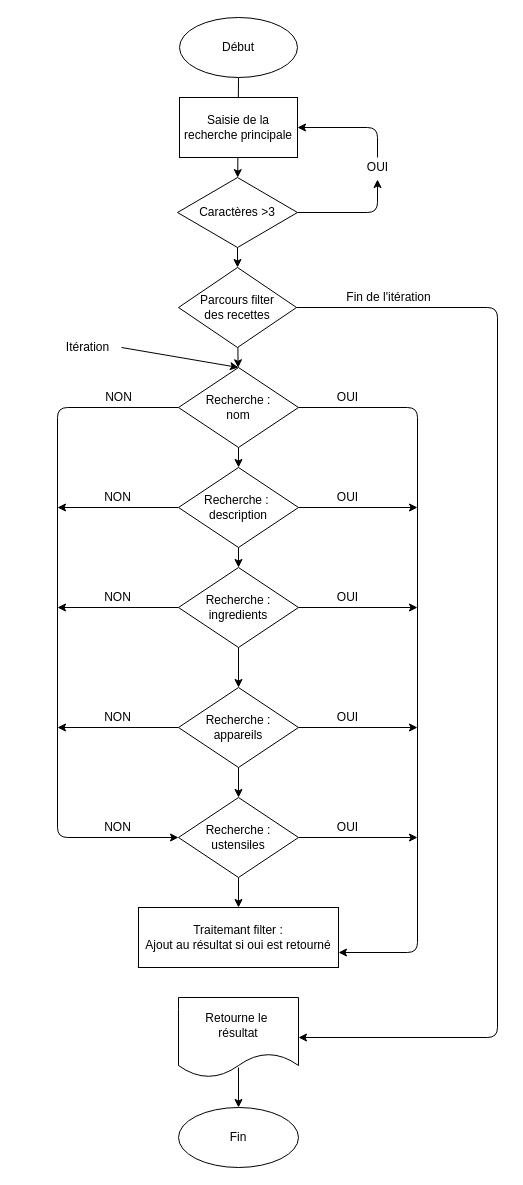
Earlier version of the draw.io diagram .drawio (Seilhan/Les-petits-plats-projet-7). Source tidied: cells renumbered, new cells numbered last; positions are measured from the earlier drawing's top-left corner, leaving out a move shared by most shapes. Both pictures are drawn from the tidied source at 100%, with x=0, y=0 at pixel (57, 17).
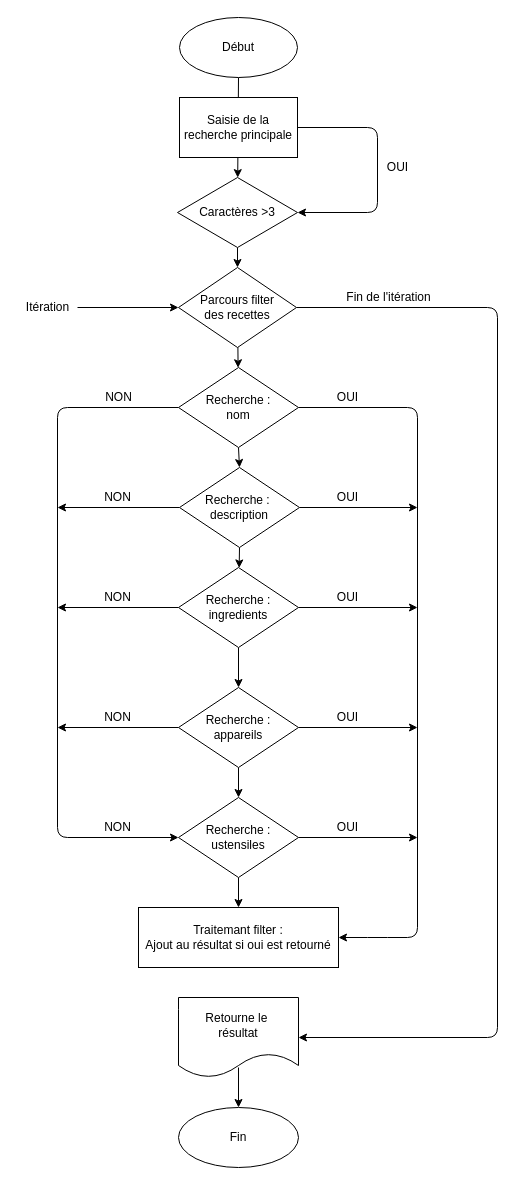
After the change.

Commit message:
modif algorigramme

The change refers to these unchanged cells:
```xml
<mxCell id="4" value="Saisie de la recherche principale" style="whiteSpace=wrap;html=1;" parent="1" vertex="1">
  <mxGeometry x="122" y="80" width="118" height="60" as="geometry" />
</mxCell>
<mxCell id="7" value="Caractères &amp;gt;3" style="rhombus;whiteSpace=wrap;html=1;" parent="1" vertex="1">
  <mxGeometry x="120" y="160" width="120" height="70" as="geometry" />
</mxCell>
<mxCell id="11" value="Parcours filter&lt;br&gt;des recettes" style="rhombus;whiteSpace=wrap;html=1;" parent="1" vertex="1">
  <mxGeometry x="121" y="250" width="118" height="80" as="geometry" />
</mxCell>
<mxCell id="17" value="Recherche :&lt;br&gt;nom" style="rhombus;whiteSpace=wrap;html=1;" parent="1" vertex="1">
  <mxGeometry x="121" y="350" width="120" height="80" as="geometry" />
</mxCell>
<mxCell id="25" value="Recherche :&lt;br&gt;ingredients" style="rhombus;whiteSpace=wrap;html=1;" parent="1" vertex="1">
  <mxGeometry x="121" y="550" width="120" height="80" as="geometry" />
</mxCell>
<mxCell id="29" value="Recherche :&lt;br&gt;appareils" style="rhombus;whiteSpace=wrap;html=1;" parent="1" vertex="1">
  <mxGeometry x="121" y="670" width="120" height="80" as="geometry" />
</mxCell>
<mxCell id="32" value="Recherche :&lt;br&gt;ustensiles" style="rhombus;whiteSpace=wrap;html=1;" parent="1" vertex="1">
  <mxGeometry x="121" y="780" width="120" height="80" as="geometry" />
</mxCell>
<mxCell id="33" value="Traitemant filter :&lt;br&gt;Ajout au résultat si oui est retourné" style="whiteSpace=wrap;html=1;" parent="1" vertex="1">
  <mxGeometry x="81" y="890" width="200" height="60" as="geometry" />
</mxCell>
```

What changed in the source:
```diff
@@
+    <mxCell id="49" style="edgeStyle=none;html=1;exitX=1;exitY=0.5;exitDx=0;exitDy=0;entryX=1;entryY=0.5;entryDx=0;entryDy=0;" parent="1" edge="1" source="4" target="7">
+      <mxGeometry relative="1" as="geometry">
+        <Array as="points">
+          <mxPoint x="320" y="110" />
+          <mxPoint x="320" y="195" />
+        </Array>
+      </mxGeometry>
+    </mxCell>
@@
-    <mxCell id="5" style="edgeStyle=none;html=1;exitX=1;exitY=0.5;exitDx=0;exitDy=0;entryX=0.5;entryY=1.1;entryDx=0;entryDy=0;entryPerimeter=0;" parent="1" edge="1" source="7" target="13">
-      <mxGeometry relative="1" as="geometry">
-        <Array as="points">
-          <mxPoint x="320" y="195" />
-        </Array>
-      </mxGeometry>
-    </mxCell>
@@
-    <mxCell id="10" style="edgeStyle=none;html=1;exitX=1.067;exitY=0.5;exitDx=0;exitDy=0;exitPerimeter=0;entryX=0.5;entryY=0;entryDx=0;entryDy=0;" parent="1" edge="1" source="38" target="17">
-      <mxGeometry relative="1" as="geometry" />
-    </mxCell>
@@
-    <mxCell id="12" style="edgeStyle=none;html=1;entryX=1;entryY=0.5;entryDx=0;entryDy=0;" parent="1" edge="1" source="13" target="4">
-      <mxGeometry relative="1" as="geometry">
-        <Array as="points">
-          <mxPoint x="320" y="110" />
-        </Array>
-      </mxGeometry>
-    </mxCell>
     <mxCell id="13" value="OUI" style="text;html=1;align=center;verticalAlign=middle;points=[];strokeColor=none;fillColor=none;" parent="1" vertex="1">
-      <mxGeometry x="300" y="140" width="40" height="20" as="geometry" />
+      <mxGeometry x="320" y="140" width="40" height="20" as="geometry" />
     </mxCell>
-    <mxCell id="14" style="edgeStyle=none;html=1;" parent="1" edge="1" source="17" target="21">
-      <mxGeometry relative="1" as="geometry" />
-    </mxCell>
-    <mxCell id="15" style="edgeStyle=none;html=1;exitX=1;exitY=0.5;exitDx=0;exitDy=0;entryX=1;entryY=0.75;entryDx=0;entryDy=0;" parent="1" edge="1" source="17" target="33">
+    <mxCell id="15" style="edgeStyle=none;html=1;exitX=1;exitY=0.5;exitDx=0;exitDy=0;entryX=1;entryY=0.5;entryDx=0;entryDy=0;" parent="1" edge="1" source="17" target="33">
       <mxGeometry relative="1" as="geometry">
         <Array as="points">
           <mxPoint x="360" y="390" />
-          <mxPoint x="360" y="935" />
+          <mxPoint x="360" y="920" />
+          <mxPoint x="320" y="920" />
         </Array>
       </mxGeometry>
     </mxCell>
@@
+    <mxCell id="14" style="edgeStyle=none;html=1;exitX=0.5;exitY=1;exitDx=0;exitDy=0;entryX=0.5;entryY=0;entryDx=0;entryDy=0;" parent="1" edge="1" source="17" target="21">
+      <mxGeometry relative="1" as="geometry" />
+    </mxCell>
@@
-    <mxCell id="18" style="edgeStyle=none;html=1;" parent="1" edge="1" source="21" target="25">
-      <mxGeometry relative="1" as="geometry" />
-    </mxCell>
@@
+    <mxCell id="18" style="edgeStyle=none;html=1;exitX=0.5;exitY=1;exitDx=0;exitDy=0;" parent="1" edge="1" source="21" target="25">
+      <mxGeometry relative="1" as="geometry" />
+    </mxCell>
     <mxCell id="21" value="Recherche :&amp;nbsp;&lt;br&gt;description" style="rhombus;whiteSpace=wrap;html=1;" parent="1" vertex="1">
-      <mxGeometry x="121" y="450" width="120" height="80" as="geometry" />
+      <mxGeometry x="122" y="450" width="120" height="80" as="geometry" />
     </mxCell>
-    <mxCell id="22" style="edgeStyle=none;html=1;" parent="1" edge="1" source="25" target="29">
-      <mxGeometry relative="1" as="geometry" />
-    </mxCell>
@@
+    <mxCell id="22" style="edgeStyle=none;html=1;exitX=0.5;exitY=1;exitDx=0;exitDy=0;entryX=0.5;entryY=0;entryDx=0;entryDy=0;" parent="1" edge="1" source="25" target="29">
+      <mxGeometry relative="1" as="geometry" />
+    </mxCell>
@@
-    <mxCell id="26" style="edgeStyle=none;html=1;" parent="1" edge="1" source="29" target="32">
-      <mxGeometry relative="1" as="geometry" />
-    </mxCell>
@@
+    <mxCell id="26" style="edgeStyle=none;html=1;exitX=0.5;exitY=1;exitDx=0;exitDy=0;" parent="1" edge="1" source="29" target="32">
+      <mxGeometry relative="1" as="geometry" />
+    </mxCell>
@@
+    <mxCell id="50" style="edgeStyle=none;html=1;entryX=0;entryY=0.5;entryDx=0;entryDy=0;" parent="1" edge="1" source="38" target="11">
+      <mxGeometry relative="1" as="geometry" />
+    </mxCell>
     <mxCell id="38" value="Itération" style="text;html=1;align=center;verticalAlign=middle;points=[];strokeColor=none;fillColor=none;" parent="1" vertex="1">
-      <mxGeometry y="320" width="60" height="20" as="geometry" />
+      <mxGeometry x="-40" y="280" width="60" height="20" as="geometry" />
     </mxCell>
```
